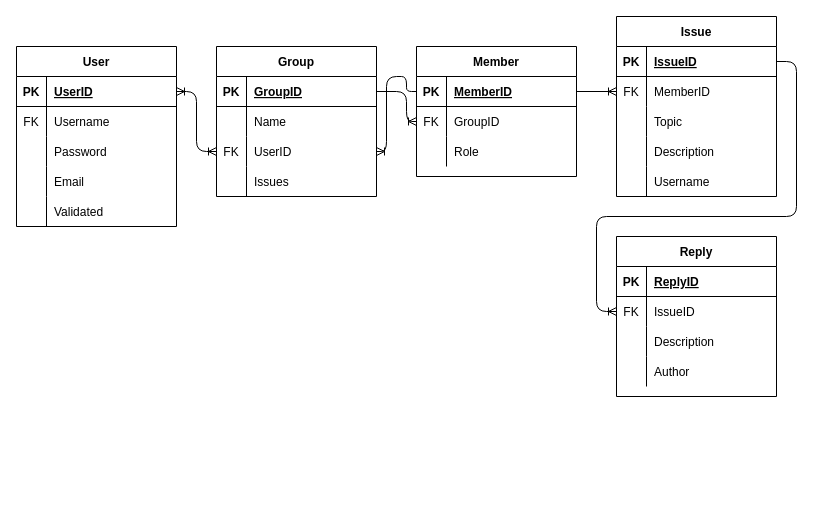
Before: ERD.drawio in MWaldrep2000/COP4331-26-Large-Project, a draw.io diagram. Source tidied: cells renumbered, new cells numbered last; positions are measured from the earlier drawing's top-left corner, leaving out a move shared by most shapes. Both pictures are drawn from the tidied source at 100%, with x=0, y=0 at pixel (16, 16).
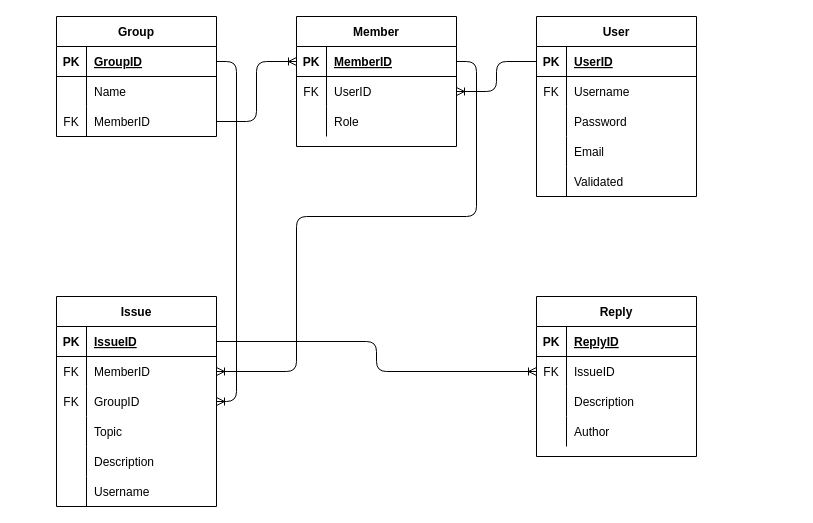
After the change.

The change refers to these unchanged cells:
```xml
<mxCell id="7" style="shape=partialRectangle;fillColor=none;top=0;left=0;bottom=1;right=0;points=[[0,0.5],[1,0.5]];portConstraint=eastwest;" parent="6" vertex="1">
  <mxGeometry y="30" width="160" height="30" as="geometry" />
</mxCell>
<mxCell id="23" style="shape=partialRectangle;fillColor=none;top=0;left=0;bottom=1;right=0;points=[[0,0.5],[1,0.5]];portConstraint=eastwest;" parent="22" vertex="1">
  <mxGeometry y="30" width="160" height="30" as="geometry" />
</mxCell>
<mxCell id="29" style="shape=partialRectangle;fillColor=none;top=0;left=0;bottom=0;right=0;points=[[0,0.5],[1,0.5]];portConstraint=eastwest;" parent="22" vertex="1">
  <mxGeometry y="90" width="160" height="30" as="geometry" />
</mxCell>
<mxCell id="36" style="shape=partialRectangle;fillColor=none;top=0;left=0;bottom=1;right=0;points=[[0,0.5],[1,0.5]];portConstraint=eastwest;" parent="35" vertex="1">
  <mxGeometry y="30" width="160" height="30" as="geometry" />
</mxCell>
<mxCell id="39" style="shape=partialRectangle;fillColor=none;top=0;left=0;bottom=0;right=0;points=[[0,0.5],[1,0.5]];portConstraint=eastwest;" parent="35" vertex="1">
  <mxGeometry y="60" width="160" height="30" as="geometry" />
</mxCell>
<mxCell id="46" style="shape=partialRectangle;fillColor=none;top=0;left=0;bottom=1;right=0;points=[[0,0.5],[1,0.5]];portConstraint=eastwest;" parent="45" vertex="1">
  <mxGeometry y="30" width="160" height="30" as="geometry" />
</mxCell>
<mxCell id="49" style="shape=partialRectangle;fillColor=none;top=0;left=0;bottom=0;right=0;points=[[0,0.5],[1,0.5]];portConstraint=eastwest;" parent="45" vertex="1">
  <mxGeometry y="60" width="160" height="30" as="geometry" />
</mxCell>
<mxCell id="65" style="shape=partialRectangle;fillColor=none;top=0;left=0;bottom=0;right=0;points=[[0,0.5],[1,0.5]];portConstraint=eastwest;" parent="61" vertex="1">
  <mxGeometry y="60" width="160" height="30" as="geometry" />
</mxCell>
```

The edit, as a diff of the source:
```diff
@@
-    <mxCell id="2" style="edgeStyle=orthogonalEdgeStyle;rounded=1;jettySize=auto;html=1;exitX=1;exitY=0.5;exitDx=0;exitDy=0;entryX=0;entryY=0.5;entryDx=0;entryDy=0;startArrow=none;startFill=0;endArrow=ERoneToMany;endFill=0;" parent="1" edge="1" source="23" target="39">
-      <mxGeometry relative="1" as="geometry">
-        <Array as="points">
-          <mxPoint x="390" y="75" />
-          <mxPoint x="390" y="105" />
-        </Array>
-      </mxGeometry>
-    </mxCell>
-    <mxCell id="3" style="edgeStyle=orthogonalEdgeStyle;rounded=1;jettySize=auto;html=1;exitX=1;exitY=0.5;exitDx=0;exitDy=0;entryX=0;entryY=0.5;entryDx=0;entryDy=0;startArrow=ERoneToMany;startFill=0;endArrow=ERoneToMany;endFill=0;" parent="1" edge="1" source="7" target="29">
-      <mxGeometry relative="1" as="geometry">
-        <Array as="points">
-          <mxPoint x="180" y="75" />
-          <mxPoint x="180" y="135" />
-        </Array>
-      </mxGeometry>
-    </mxCell>
     <mxCell id="4" style="edgeStyle=orthogonalEdgeStyle;rounded=1;jettySize=auto;html=1;exitX=1;exitY=0.5;exitDx=0;exitDy=0;entryX=0;entryY=0.5;entryDx=0;entryDy=0;startArrow=none;startFill=0;endArrow=ERoneToMany;endFill=0;" parent="1" edge="1" source="46" target="65">
       <mxGeometry relative="1" as="geometry">
         <Array as="points">
-          <mxPoint x="780" y="45" />
-          <mxPoint x="780" y="200" />
-          <mxPoint x="580" y="200" />
-          <mxPoint x="580" y="295" />
+          <mxPoint x="360" y="325" />
+          <mxPoint x="360" y="355" />
         </Array>
       </mxGeometry>
     </mxCell>
-    <mxCell id="5" style="edgeStyle=orthogonalEdgeStyle;rounded=1;jettySize=auto;html=1;exitX=1;exitY=0.5;exitDx=0;exitDy=0;entryX=0;entryY=0.5;entryDx=0;entryDy=0;startArrow=none;startFill=0;endArrow=ERoneToMany;endFill=0;" parent="1" edge="1" source="36" target="49">
-      <mxGeometry relative="1" as="geometry" />
-    </mxCell>
     <mxCell id="6" value="User" style="shape=table;startSize=30;childLayout=tableLayout;rowLines=0;fontStyle=1;align=center;" parent="1" vertex="1">
-      <mxGeometry y="30" width="160" height="180" as="geometry" />
+      <mxGeometry x="520" width="160" height="180" as="geometry" />
     </mxCell>
@@
     <mxCell id="22" value="Group" style="shape=table;startSize=30;childLayout=tableLayout;rowLines=0;fontStyle=1;align=center;" parent="1" vertex="1">
-      <mxGeometry x="200" y="30" width="160" height="150" as="geometry" />
+      <mxGeometry x="40" width="160" height="120" as="geometry" />
     </mxCell>
@@
-    <mxCell id="31" value="UserID" style="shape=partialRectangle;fillColor=none;top=0;left=0;bottom=0;right=0;align=left;spacingLeft=6;overflow=hidden;" parent="29" vertex="1">
+    <mxCell id="31" value="MemberID" style="shape=partialRectangle;fillColor=none;top=0;left=0;bottom=0;right=0;align=left;spacingLeft=6;overflow=hidden;" parent="29" vertex="1">
       <mxGeometry x="30" width="130" height="30" as="geometry" />
     </mxCell>
-    <mxCell id="32" style="shape=partialRectangle;fillColor=none;top=0;left=0;bottom=0;right=0;" parent="22" vertex="1">
-      <mxGeometry y="120" width="160" height="30" as="geometry" />
-    </mxCell>
-    <mxCell id="33" style="shape=partialRectangle;fillColor=none;top=0;left=0;bottom=0;right=0;overflow=hidden;" parent="32" vertex="1">
-      <mxGeometry width="30" height="30" as="geometry" />
-    </mxCell>
-    <mxCell id="34" value="Issues" style="shape=partialRectangle;fillColor=none;top=0;left=0;bottom=0;right=0;align=left;spacingLeft=6;overflow=hidden;" parent="32" vertex="1">
-      <mxGeometry x="30" width="130" height="30" as="geometry" />
-    </mxCell>
     <mxCell id="35" value="Member" style="shape=table;startSize=30;childLayout=tableLayout;rowLines=0;fontStyle=1;align=center;" parent="1" vertex="1">
-      <mxGeometry x="400" y="30" width="160" height="130" as="geometry" />
+      <mxGeometry x="280" width="160" height="130" as="geometry" />
     </mxCell>
@@
-    <mxCell id="41" value="GroupID" style="shape=partialRectangle;fillColor=none;top=0;left=0;bottom=0;right=0;align=left;spacingLeft=6;overflow=hidden;" parent="39" vertex="1">
+    <mxCell id="41" value="UserID" style="shape=partialRectangle;fillColor=none;top=0;left=0;bottom=0;right=0;align=left;spacingLeft=6;overflow=hidden;" parent="39" vertex="1">
       <mxGeometry x="30" width="130" height="30" as="geometry" />
     </mxCell>
@@
     <mxCell id="45" value="Issue" style="shape=table;startSize=30;childLayout=tableLayout;rowLines=0;fontStyle=1;align=center;" parent="1" vertex="1">
-      <mxGeometry x="600" width="160" height="180" as="geometry" />
+      <mxGeometry x="40" y="280" width="160" height="210" as="geometry" />
     </mxCell>
@@
+    <mxCell id="75" style="shape=partialRectangle;fillColor=none;top=0;left=0;bottom=0;right=0;points=[[0,0.5],[1,0.5]];portConstraint=eastwest;" parent="45" vertex="1">
+      <mxGeometry y="90" width="160" height="30" as="geometry" />
+    </mxCell>
+    <mxCell id="76" value="FK" style="shape=partialRectangle;fillColor=none;top=0;left=0;bottom=0;right=0;overflow=hidden;" parent="75" vertex="1">
+      <mxGeometry width="30" height="30" as="geometry" />
+    </mxCell>
+    <mxCell id="77" value="GroupID" style="shape=partialRectangle;fillColor=none;top=0;left=0;bottom=0;right=0;align=left;spacingLeft=6;overflow=hidden;" parent="75" vertex="1">
+      <mxGeometry x="30" width="130" height="30" as="geometry" />
+    </mxCell>
     <mxCell id="52" style="shape=partialRectangle;fillColor=none;top=0;left=0;bottom=0;right=0;" parent="45" vertex="1">
-      <mxGeometry y="90" width="160" height="30" as="geometry" />
+      <mxGeometry y="120" width="160" height="30" as="geometry" />
     </mxCell>
@@
     <mxCell id="55" style="shape=partialRectangle;fillColor=none;top=0;left=0;bottom=0;right=0;" parent="45" vertex="1">
-      <mxGeometry y="120" width="160" height="30" as="geometry" />
+      <mxGeometry y="150" width="160" height="30" as="geometry" />
     </mxCell>
@@
     <mxCell id="58" style="shape=partialRectangle;fillColor=none;top=0;left=0;bottom=0;right=0;" parent="45" vertex="1">
-      <mxGeometry y="150" width="160" height="30" as="geometry" />
+      <mxGeometry y="180" width="160" height="30" as="geometry" />
     </mxCell>
@@
     <mxCell id="61" value="Reply" style="shape=table;startSize=30;childLayout=tableLayout;rowLines=0;fontStyle=1;align=center;" parent="1" vertex="1">
-      <mxGeometry x="600" y="220" width="160" height="160" as="geometry" />
+      <mxGeometry x="520" y="280" width="160" height="160" as="geometry" />
     </mxCell>
@@
-    <mxCell id="74" style="edgeStyle=orthogonalEdgeStyle;rounded=1;jettySize=auto;html=1;exitX=1;exitY=0.5;exitDx=0;exitDy=0;entryX=0;entryY=0.5;entryDx=0;entryDy=0;startArrow=ERoneToMany;startFill=0;endArrow=none;endFill=0;" parent="1" edge="1" source="29" target="36">
-      <mxGeometry relative="1" as="geometry">
-        <Array as="points">
-          <mxPoint x="370" y="135" />
-          <mxPoint x="370" y="60" />
-          <mxPoint x="390" y="60" />
-          <mxPoint x="390" y="75" />
-        </Array>
-      </mxGeometry>
+    <mxCell id="74" style="edgeStyle=orthogonalEdgeStyle;rounded=1;jettySize=auto;html=1;exitX=1;exitY=0.5;exitDx=0;exitDy=0;entryX=0;entryY=0.5;entryDx=0;entryDy=0;endArrow=ERoneToMany;endFill=0;" parent="1" edge="1" source="29" target="36">
+      <mxGeometry relative="1" as="geometry" />
     </mxCell>
+    <mxCell id="78" style="edgeStyle=orthogonalEdgeStyle;rounded=1;jettySize=auto;html=1;exitX=0;exitY=0.5;exitDx=0;exitDy=0;entryX=1;entryY=0.5;entryDx=0;entryDy=0;endArrow=ERoneToMany;endFill=0;" parent="1" edge="1" source="7" target="39">
+      <mxGeometry relative="1" as="geometry" />
+    </mxCell>
+    <mxCell id="5" style="edgeStyle=orthogonalEdgeStyle;rounded=1;jettySize=auto;html=1;exitX=1;exitY=0.5;exitDx=0;exitDy=0;entryX=1;entryY=0.5;entryDx=0;entryDy=0;endArrow=ERoneToMany;endFill=0;" parent="1" edge="1" source="36" target="49">
+      <mxGeometry relative="1" as="geometry">
+        <Array as="points">
+          <mxPoint x="460" y="45" />
+          <mxPoint x="460" y="200" />
+          <mxPoint x="280" y="200" />
+          <mxPoint x="280" y="355" />
+        </Array>
+      </mxGeometry>
+    </mxCell>
+    <mxCell id="79" style="edgeStyle=orthogonalEdgeStyle;rounded=1;jettySize=auto;html=1;exitX=1;exitY=0.5;exitDx=0;exitDy=0;entryX=1;entryY=0.5;entryDx=0;entryDy=0;endArrow=ERoneToMany;endFill=0;" parent="1" edge="1" source="23" target="75">
+      <mxGeometry relative="1" as="geometry" />
+    </mxCell>
```
